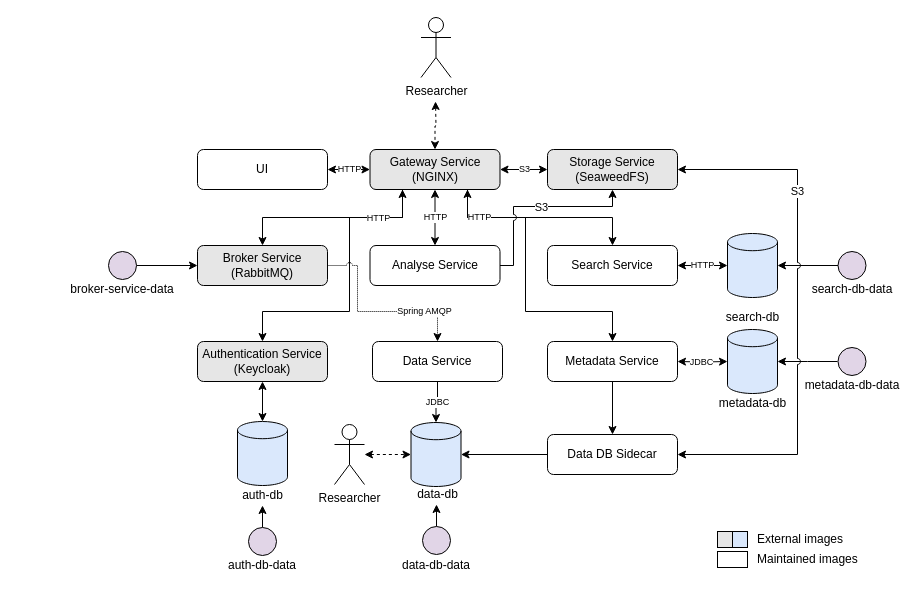
Earlier version of the draw.io diagram page "docker-compose" (1 of 8) of .docs/images/architecture.drawio (DBRepo-Project/dbrepo). Source tidied: cells renumbered, new cells numbered last; positions are measured from the earlier drawing's top-left corner, leaving out a move shared by most shapes. Both pictures are drawn from the tidied source at 100%, with x=0, y=0 at pixel (68, 17).
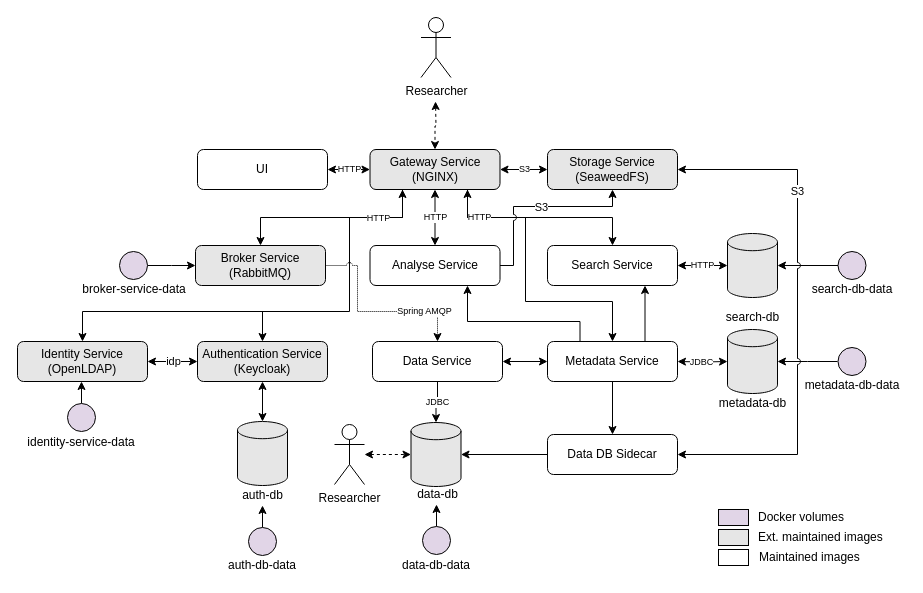
After the change.

The change refers to these unchanged cells:
```xml
<mxCell id="13" value="Gateway Service&lt;br&gt;(NGINX)" style="rounded=1;whiteSpace=wrap;html=1;fillColor=#E6E6E6;fontColor=#000000;strokeColor=#000000;" parent="1" vertex="1">
  <mxGeometry x="301.5" y="132" width="130" height="40" as="geometry" />
</mxCell>
<mxCell id="16" value="Analyse Service" style="rounded=1;whiteSpace=wrap;html=1;" parent="1" vertex="1">
  <mxGeometry x="301.5" y="228" width="130" height="40" as="geometry" />
</mxCell>
<mxCell id="18" value="Authentication Service&lt;br&gt;(Keycloak)" style="rounded=1;whiteSpace=wrap;html=1;fillColor=#E6E6E6;fontColor=#000000;strokeColor=#000000;" parent="1" vertex="1">
  <mxGeometry x="129" y="324" width="130" height="40" as="geometry" />
</mxCell>
<mxCell id="22" value="Metadata Service" style="rounded=1;whiteSpace=wrap;html=1;" parent="1" vertex="1">
  <mxGeometry x="479" y="324" width="130" height="40" as="geometry" />
</mxCell>
<mxCell id="26" value="Search Service" style="rounded=1;whiteSpace=wrap;html=1;" parent="1" vertex="1">
  <mxGeometry x="479" y="228" width="130" height="40" as="geometry" />
</mxCell>
<mxCell id="49" value="Data Service" style="rounded=1;whiteSpace=wrap;html=1;" parent="1" vertex="1">
  <mxGeometry x="304" y="324" width="130" height="40" as="geometry" />
</mxCell>
```

The edit, as a diff of the source:
```diff
@@
     <mxCell id="11" style="edgeStyle=orthogonalEdgeStyle;rounded=0;jettySize=auto;html=1;exitX=0.75;exitY=1;exitDx=0;exitDy=0;entryX=0.5;entryY=0;entryDx=0;entryDy=0;startArrow=classic;startFill=1;" parent="1" edge="1" source="13" target="22">
       <mxGeometry relative="1" as="geometry">
         <Array as="points">
           <mxPoint x="399" y="200" />
           <mxPoint x="457" y="200" />
-          <mxPoint x="457" y="294" />
-          <mxPoint x="544" y="294" />
+          <mxPoint x="457" y="284" />
+          <mxPoint x="544" y="284" />
         </Array>
       </mxGeometry>
     </mxCell>
@@
+    <mxCell id="64" style="edgeStyle=orthogonalEdgeStyle;rounded=0;jettySize=auto;html=1;exitX=0.75;exitY=1;exitDx=0;exitDy=0;entryX=0.25;entryY=0;entryDx=0;entryDy=0;startArrow=classic;startFill=1;endArrow=none;endFill=0;" parent="1" edge="1" source="16" target="22">
+      <mxGeometry relative="1" as="geometry">
+        <Array as="points">
+          <mxPoint x="399" y="304" />
+          <mxPoint x="512" y="304" />
+        </Array>
+      </mxGeometry>
+    </mxCell>
@@
+    <mxCell id="65" style="edgeStyle=orthogonalEdgeStyle;rounded=0;jettySize=auto;html=1;exitX=0.75;exitY=0;exitDx=0;exitDy=0;entryX=0.75;entryY=1;entryDx=0;entryDy=0;" parent="1" edge="1" source="22" target="26">
+      <mxGeometry relative="1" as="geometry" />
+    </mxCell>
@@
     <mxCell id="24" value="Broker Service&lt;br&gt;(RabbitMQ)" style="rounded=1;whiteSpace=wrap;html=1;fillColor=#E6E6E6;fontColor=#000000;strokeColor=#000000;" parent="1" vertex="1">
-      <mxGeometry x="129" y="228" width="130" height="40" as="geometry" />
+      <mxGeometry x="127" y="228" width="130" height="40" as="geometry" />
     </mxCell>
@@
-    <mxCell id="28" style="shape=cylinder3;whiteSpace=wrap;html=1;boundedLbl=1;backgroundOutline=1;size=8.600000000000023;fillColor=#dae8fc;strokeColor=#000000;" parent="1" vertex="1">
+    <mxCell id="28" style="shape=cylinder3;whiteSpace=wrap;html=1;boundedLbl=1;backgroundOutline=1;size=8.600000000000023;fillColor=#E6E6E6;strokeColor=#000000;" parent="1" vertex="1">
       <mxGeometry x="659" y="216" width="50" height="64" as="geometry" />
     </mxCell>
@@
-    <mxCell id="30" style="shape=cylinder3;whiteSpace=wrap;html=1;boundedLbl=1;backgroundOutline=1;size=8.600000000000023;fillColor=#dae8fc;strokeColor=#000000;" parent="1" vertex="1">
+    <mxCell id="30" style="shape=cylinder3;whiteSpace=wrap;html=1;boundedLbl=1;backgroundOutline=1;size=8.600000000000023;fillColor=#E6E6E6;strokeColor=#000000;" parent="1" vertex="1">
       <mxGeometry x="659" y="312" width="50" height="64" as="geometry" />
     </mxCell>
@@
-    <mxCell id="32" style="shape=cylinder3;whiteSpace=wrap;html=1;boundedLbl=1;backgroundOutline=1;size=8.600000000000023;fillColor=#dae8fc;strokeColor=#000000;" parent="1" vertex="1">
+    <mxCell id="32" style="shape=cylinder3;whiteSpace=wrap;html=1;boundedLbl=1;backgroundOutline=1;size=8.600000000000023;fillColor=#E6E6E6;strokeColor=#000000;" parent="1" vertex="1">
       <mxGeometry x="342.5" y="405" width="50" height="64" as="geometry" />
     </mxCell>
@@
-    <mxCell id="34" style="shape=cylinder3;whiteSpace=wrap;html=1;boundedLbl=1;backgroundOutline=1;size=8.600000000000023;fillColor=#dae8fc;strokeColor=#000000;" parent="1" vertex="1">
+    <mxCell id="34" style="shape=cylinder3;whiteSpace=wrap;html=1;boundedLbl=1;backgroundOutline=1;size=8.600000000000023;fillColor=#E6E6E6;strokeColor=#000000;" parent="1" vertex="1">
       <mxGeometry x="169" y="404" width="50" height="64" as="geometry" />
     </mxCell>
@@
+    <mxCell id="66" style="edgeStyle=orthogonalEdgeStyle;rounded=0;jettySize=auto;html=1;exitX=1;exitY=0.5;exitDx=0;exitDy=0;entryX=0;entryY=0.5;entryDx=0;entryDy=0;startArrow=classic;startFill=1;" parent="1" edge="1" source="49" target="22">
+      <mxGeometry relative="1" as="geometry" />
+    </mxCell>
@@
     <mxCell id="51" style="edgeStyle=orthogonalEdgeStyle;rounded=0;jettySize=auto;html=1;entryX=1;entryY=0.5;entryDx=0;entryDy=0;" parent="1" edge="1" source="52">
       <mxGeometry relative="1" as="geometry">
-        <mxPoint x="129" y="248" as="targetPoint" />
+        <mxPoint x="127" y="248" as="targetPoint" />
       </mxGeometry>
     </mxCell>
     <mxCell id="52" style="ellipse;whiteSpace=wrap;html=1;fillColor=#e1d5e7;strokeColor=#000000;" parent="1" vertex="1">
-      <mxGeometry x="40" y="234" width="28" height="28" as="geometry" />
+      <mxGeometry x="51" y="234" width="28" height="28" as="geometry" />
     </mxCell>
     <mxCell id="53" value="broker-service-data" style="text;html=1;strokeColor=none;fillColor=none;align=center;verticalAlign=middle;whiteSpace=wrap;rounded=0;spacing=-1;" parent="1" vertex="1">
-      <mxGeometry y="262" width="108" height="20" as="geometry" />
+      <mxGeometry x="12" y="262" width="108" height="20" as="geometry" />
     </mxCell>
@@
-    <mxCell id="59" style="rounded=0;whiteSpace=wrap;html=1;fillColor=#E6E6E6;" parent="1" vertex="1">
-      <mxGeometry x="649" y="514" width="30" height="16" as="geometry" />
+    <mxCell id="59" style="rounded=0;whiteSpace=wrap;html=1;fillColor=#E1D5E7;" parent="1" vertex="1">
+      <mxGeometry x="650" y="492" width="30" height="16" as="geometry" />
     </mxCell>
-    <mxCell id="60" value="External images" style="text;html=1;strokeColor=none;fillColor=none;align=left;verticalAlign=middle;whiteSpace=wrap;rounded=0;" parent="1" vertex="1">
-      <mxGeometry x="686.5" y="514" width="140" height="16" as="geometry" />
+    <mxCell id="60" value="Docker volumes" style="text;html=1;strokeColor=none;fillColor=none;align=left;verticalAlign=middle;whiteSpace=wrap;rounded=0;" parent="1" vertex="1">
+      <mxGeometry x="687.5" y="492" width="92.5" height="16" as="geometry" />
     </mxCell>
-    <mxCell id="61" style="rounded=0;whiteSpace=wrap;html=1;" parent="1" vertex="1">
-      <mxGeometry x="649" y="534" width="30" height="16" as="geometry" />
+    <mxCell id="61" style="rounded=0;whiteSpace=wrap;html=1;fillColor=#E6E6E6;" parent="1" vertex="1">
+      <mxGeometry x="650" y="512" width="30" height="16" as="geometry" />
     </mxCell>
-    <mxCell id="62" value="Maintained images" style="text;html=1;strokeColor=none;fillColor=none;align=left;verticalAlign=middle;whiteSpace=wrap;rounded=0;" parent="1" vertex="1">
-      <mxGeometry x="686.5" y="534" width="140" height="16" as="geometry" />
+    <mxCell id="62" value="Ext. maintained images" style="text;html=1;strokeColor=none;fillColor=none;align=left;verticalAlign=middle;whiteSpace=wrap;rounded=0;" parent="1" vertex="1">
+      <mxGeometry x="687.5" y="512" width="132.5" height="16" as="geometry" />
     </mxCell>
-    <mxCell id="63" style="rounded=0;whiteSpace=wrap;html=1;fillColor=#dae8fc;strokeColor=#000000;" parent="1" vertex="1">
-      <mxGeometry x="664" y="514" width="15" height="16" as="geometry" />
-    </mxCell>
+    <mxCell id="67" style="edgeStyle=orthogonalEdgeStyle;rounded=0;jettySize=auto;html=1;exitX=0.5;exitY=0;exitDx=0;exitDy=0;endArrow=none;endFill=0;startArrow=classic;startFill=1;" parent="1" edge="1" source="70">
+      <mxGeometry relative="1" as="geometry">
+        <mxPoint x="199" y="294" as="targetPoint" />
+        <Array as="points">
+          <mxPoint x="14" y="294" />
+        </Array>
+      </mxGeometry>
+    </mxCell>
+    <mxCell id="68" style="edgeStyle=orthogonalEdgeStyle;rounded=0;jettySize=auto;html=1;exitX=1;exitY=0.5;exitDx=0;exitDy=0;entryX=0;entryY=0.5;entryDx=0;entryDy=0;startArrow=classic;startFill=1;" parent="1" edge="1" source="70" target="18">
+      <mxGeometry relative="1" as="geometry" />
+    </mxCell>
+    <mxCell id="69" value="idp" style="edgeLabel;html=1;align=center;verticalAlign=middle;" parent="68" vertex="1">
+      <mxGeometry x="-0.17" y="1" relative="1" as="geometry">
+        <mxPoint x="4" as="offset" />
+      </mxGeometry>
+    </mxCell>
+    <mxCell id="70" value="Identity Service&lt;div&gt;(OpenLDAP)&lt;/div&gt;" style="rounded=1;whiteSpace=wrap;html=1;fillColor=#E6E6E6;fontColor=#000000;strokeColor=#000000;" parent="1" vertex="1">
+      <mxGeometry x="-51" y="324" width="130" height="40" as="geometry" />
+    </mxCell>
+    <mxCell id="71" style="edgeStyle=orthogonalEdgeStyle;rounded=0;jettySize=auto;html=1;exitX=0.5;exitY=0;exitDx=0;exitDy=0;entryX=0.5;entryY=1;entryDx=0;entryDy=0;" parent="1" edge="1" source="72">
+      <mxGeometry relative="1" as="geometry">
+        <mxPoint x="13" y="364" as="targetPoint" />
+      </mxGeometry>
+    </mxCell>
+    <mxCell id="72" style="ellipse;whiteSpace=wrap;html=1;fillColor=#e1d5e7;strokeColor=#000000;" parent="1" vertex="1">
+      <mxGeometry x="-1" y="386" width="28" height="28" as="geometry" />
+    </mxCell>
+    <mxCell id="73" value="identity-service-data" style="text;html=1;strokeColor=none;fillColor=none;align=center;verticalAlign=middle;whiteSpace=wrap;rounded=0;spacing=-1;" parent="1" vertex="1">
+      <mxGeometry x="-41" y="415" width="108" height="20" as="geometry" />
+    </mxCell>
+    <mxCell id="74" style="rounded=0;whiteSpace=wrap;html=1;" parent="1" vertex="1">
+      <mxGeometry x="650" y="532" width="30" height="16" as="geometry" />
+    </mxCell>
+    <mxCell id="75" value="Maintained images" style="text;html=1;strokeColor=none;fillColor=none;align=left;verticalAlign=middle;whiteSpace=wrap;rounded=0;" parent="1" vertex="1">
+      <mxGeometry x="688.5" y="532" width="111.5" height="16" as="geometry" />
+    </mxCell>
```
